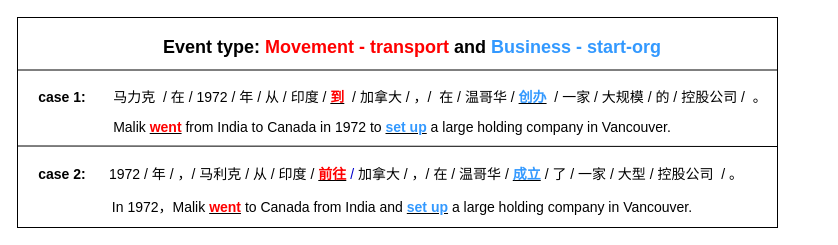
Before: texttext2.drawio in gitofding/first_repository, a draw.io diagram. Source tidied: cells renumbered, new cells numbered last; positions are measured from the earlier drawing's top-left corner, leaving out a move shared by most shapes. Both pictures are drawn from the tidied source at 100%, with x=0, y=0 at pixel (17, 17).
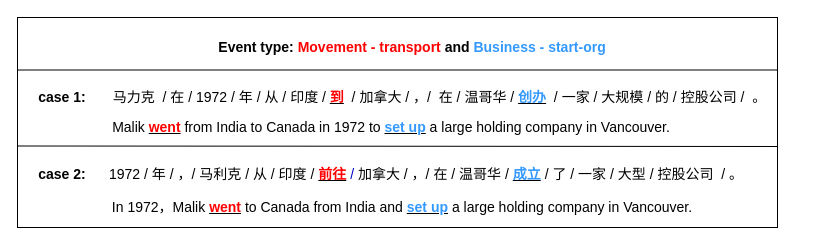
After the change.

The edit, as a diff of the source:
```diff
@@
 <mxGraphModel>
   <root>
     <mxCell id="0" />
     <mxCell id="1" parent="0" />
     <mxCell id="2" style="rounded=0;whiteSpace=wrap;html=1;" parent="1" vertex="1">
       <mxGeometry width="760" height="210" as="geometry" />
     </mxCell>
     <mxCell id="3" value="&lt;span style=&quot;font-size: 14px&quot;&gt;马力克&amp;nbsp; / 在 / 1972 / 年 / 从 / 印度 /&amp;nbsp;&lt;/span&gt;&lt;b style=&quot;font-size: 14px&quot;&gt;&lt;u&gt;&lt;font color=&quot;#ff0000&quot;&gt;到&lt;/font&gt;&lt;/u&gt;&amp;nbsp;&lt;/b&gt;&lt;span style=&quot;font-size: 14px&quot;&gt;&amp;nbsp;/ 加拿大 / ，/&amp;nbsp; 在 / 温哥华 /&amp;nbsp;&lt;/span&gt;&lt;b style=&quot;font-size: 14px&quot;&gt;&lt;u&gt;&lt;font color=&quot;#3399ff&quot;&gt;创办&lt;/font&gt;&lt;/u&gt;&lt;/b&gt;&lt;font color=&quot;#ff0000&quot; style=&quot;font-size: 14px&quot;&gt;&amp;nbsp;&amp;nbsp;&lt;/font&gt;&lt;span style=&quot;font-size: 14px&quot;&gt;/ 一家 / 大规模 / 的 / 控股公司 /&amp;nbsp; 。&lt;/span&gt;" style="text;html=1;strokeColor=none;fillColor=none;align=center;verticalAlign=middle;whiteSpace=wrap;rounded=0;" parent="1" vertex="1">
-      <mxGeometry x="43" y="70" width="760" height="20" as="geometry" />
+      <mxGeometry x="92" y="70" width="661" height="20" as="geometry" />
     </mxCell>
     <mxCell id="4" value="&lt;span style=&quot;font-size: 14px&quot;&gt;1972 / 年 / ，/ 马利克 / 从 / 印度 /&amp;nbsp;&lt;/span&gt;&lt;b style=&quot;font-size: 14px&quot;&gt;&lt;u&gt;&lt;font color=&quot;#ff0000&quot;&gt;前往&lt;/font&gt;&lt;/u&gt;&lt;/b&gt;&lt;font color=&quot;#0000cc&quot; style=&quot;font-size: 14px&quot;&gt;&amp;nbsp;/&amp;nbsp;&lt;/font&gt;&lt;span style=&quot;font-size: 14px&quot;&gt;加拿大 / ，/ 在 / 温哥华 /&amp;nbsp;&lt;/span&gt;&lt;b style=&quot;font-size: 14px&quot;&gt;&lt;u&gt;&lt;font color=&quot;#3399ff&quot;&gt;成立&lt;/font&gt;&lt;/u&gt;&amp;nbsp;&lt;/b&gt;&lt;span style=&quot;font-size: 14px&quot;&gt;/ 了 / 一家 / 大型 / 控股公司&amp;nbsp; / 。&lt;/span&gt;" style="text;html=1;strokeColor=none;fillColor=none;align=center;verticalAlign=middle;whiteSpace=wrap;rounded=0;" parent="1" vertex="1">
       <mxGeometry x="59" y="147" width="700" height="20" as="geometry" />
     </mxCell>
     <mxCell id="5" value="&lt;span style=&quot;font-size: 14px&quot;&gt;In 1972，Malik&amp;nbsp;&lt;/span&gt;&lt;b style=&quot;font-size: 14px&quot;&gt;&lt;u&gt;&lt;font color=&quot;#ff0000&quot;&gt;went&lt;/font&gt;&lt;/u&gt;&lt;/b&gt;&lt;span style=&quot;font-size: 14px&quot;&gt;&lt;font color=&quot;#ff0000&quot;&gt;&amp;nbsp;&lt;/font&gt;to Canada from India and&amp;nbsp;&lt;/span&gt;&lt;b style=&quot;font-size: 14px&quot;&gt;&lt;u&gt;&lt;font color=&quot;#3399ff&quot;&gt;set up&lt;/font&gt;&lt;/u&gt;&lt;/b&gt;&lt;span style=&quot;font-size: 14px&quot;&gt;&amp;nbsp;a large holding company in Vancouver.&lt;/span&gt;" style="text;html=1;strokeColor=none;fillColor=none;align=center;verticalAlign=middle;whiteSpace=wrap;rounded=0;" parent="1" vertex="1">
       <mxGeometry x="60" y="180" width="650" height="20" as="geometry" />
     </mxCell>
     <mxCell id="6" value="&lt;span style=&quot;font-size: 14px&quot;&gt;Malik&amp;nbsp;&lt;/span&gt;&lt;b style=&quot;font-size: 14px&quot;&gt;&lt;u&gt;&lt;font color=&quot;#ff0000&quot;&gt;went&lt;/font&gt;&lt;/u&gt;&lt;/b&gt;&lt;span style=&quot;font-size: 14px&quot;&gt;&amp;nbsp;from India to Canada in 1972 to&amp;nbsp;&lt;/span&gt;&lt;b style=&quot;font-size: 14px&quot;&gt;&lt;u&gt;&lt;font color=&quot;#3399ff&quot;&gt;set up&lt;/font&gt;&lt;/u&gt;&lt;/b&gt;&lt;span style=&quot;font-size: 14px&quot;&gt;&amp;nbsp;a large holding company in Vancouver.&lt;/span&gt;" style="text;html=1;strokeColor=none;fillColor=none;align=center;verticalAlign=middle;whiteSpace=wrap;rounded=0;" parent="1" vertex="1">
-      <mxGeometry x="60" y="100" width="630" height="20" as="geometry" />
+      <mxGeometry x="59" y="100" width="630" height="20" as="geometry" />
     </mxCell>
     <mxCell id="7" value="&lt;b&gt;&lt;font style=&quot;font-size: 14px&quot;&gt;case 1:&lt;/font&gt;&lt;/b&gt;" style="text;html=1;strokeColor=none;fillColor=none;align=center;verticalAlign=middle;whiteSpace=wrap;rounded=0;" parent="1" vertex="1">
       <mxGeometry x="20" y="70" width="49.8" height="20" as="geometry" />
     </mxCell>
     <mxCell id="8" value="&lt;b&gt;&lt;font style=&quot;font-size: 14px&quot;&gt;case 2:&lt;/font&gt;&lt;/b&gt;" style="text;html=1;strokeColor=none;fillColor=none;align=center;verticalAlign=middle;whiteSpace=wrap;rounded=0;" parent="1" vertex="1">
       <mxGeometry x="20" y="147" width="49.8" height="20" as="geometry" />
     </mxCell>
     <mxCell id="9" style="endArrow=none;html=1;exitX=0;exitY=0.25;exitDx=0;exitDy=0;" parent="1" edge="1">
       <mxGeometry relative="1" as="geometry">
         <mxPoint y="128.5" as="sourcePoint" />
         <mxPoint x="760" y="129" as="targetPoint" />
       </mxGeometry>
     </mxCell>
     <mxCell id="10" style="endArrow=none;html=1;exitX=0;exitY=0.25;exitDx=0;exitDy=0;entryX=1;entryY=0.25;entryDx=0;entryDy=0;" parent="1" edge="1" source="2" target="2">
       <mxGeometry relative="1" as="geometry" />
     </mxCell>
-    <mxCell id="11" value="&lt;font style=&quot;font-size: 18px&quot;&gt;&lt;b&gt;Event type: &lt;font color=&quot;#ff0000&quot;&gt;Movement - transport&lt;/font&gt; and &lt;font color=&quot;#3399ff&quot;&gt;Business - start-org&lt;/font&gt;&lt;/b&gt;&lt;/font&gt;" style="text;html=1;strokeColor=none;fillColor=none;align=center;verticalAlign=middle;whiteSpace=wrap;rounded=0;" parent="1" vertex="1">
+    <mxCell id="11" value="&lt;font style=&quot;font-size: 14px&quot;&gt;&lt;b&gt;Event type: &lt;font color=&quot;#ff0000&quot;&gt;Movement - transport&lt;/font&gt; and &lt;font color=&quot;#3399ff&quot;&gt;Business - start-org&lt;/font&gt;&lt;/b&gt;&lt;/font&gt;" style="text;html=1;strokeColor=none;fillColor=none;align=center;verticalAlign=middle;whiteSpace=wrap;rounded=0;" parent="1" vertex="1">
       <mxGeometry x="110" y="20" width="570" height="20" as="geometry" />
     </mxCell>
   </root>
 </mxGraphModel>
```
